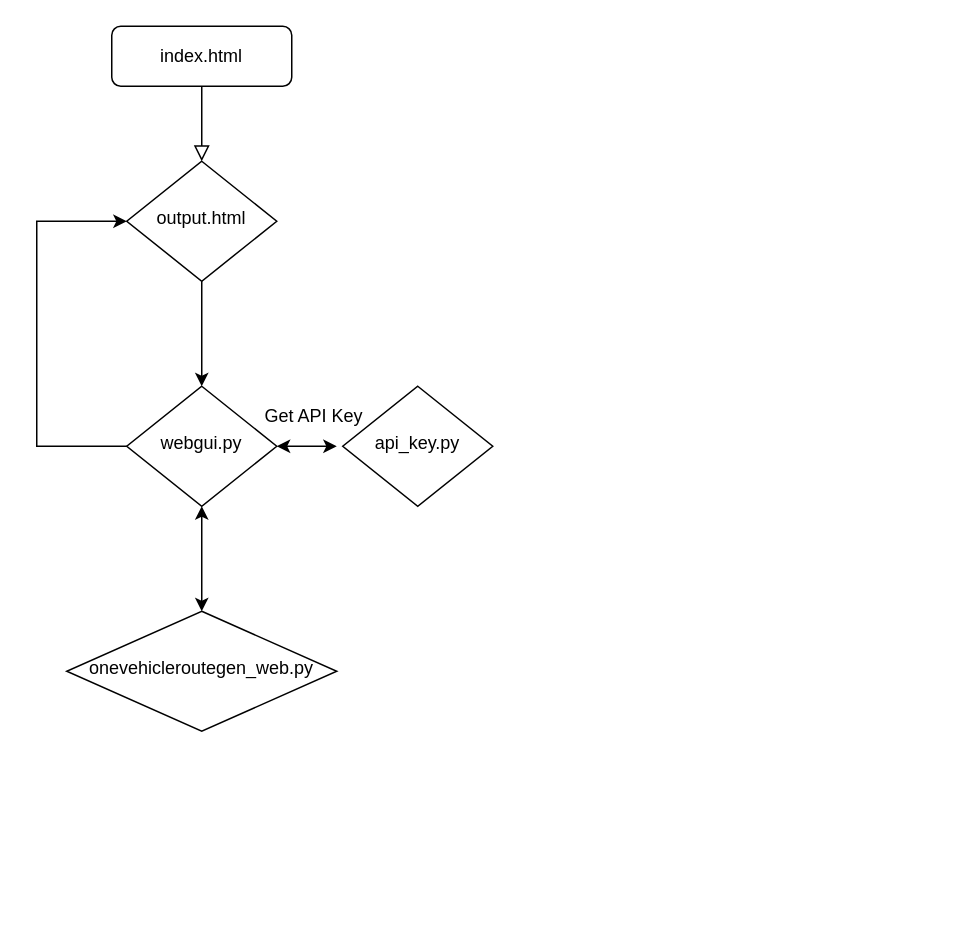
autorouting/autorouting.github.io keeps this draw.io diagram as Untitled Diagram.drawio. Above is the earlier version. Source tidied: cells renumbered, new cells numbered last; positions are measured from the earlier drawing's top-left corner, leaving out a move shared by most shapes. Both pictures are drawn from the tidied source at 150%, with x=0, y=0 at pixel (36, 26).
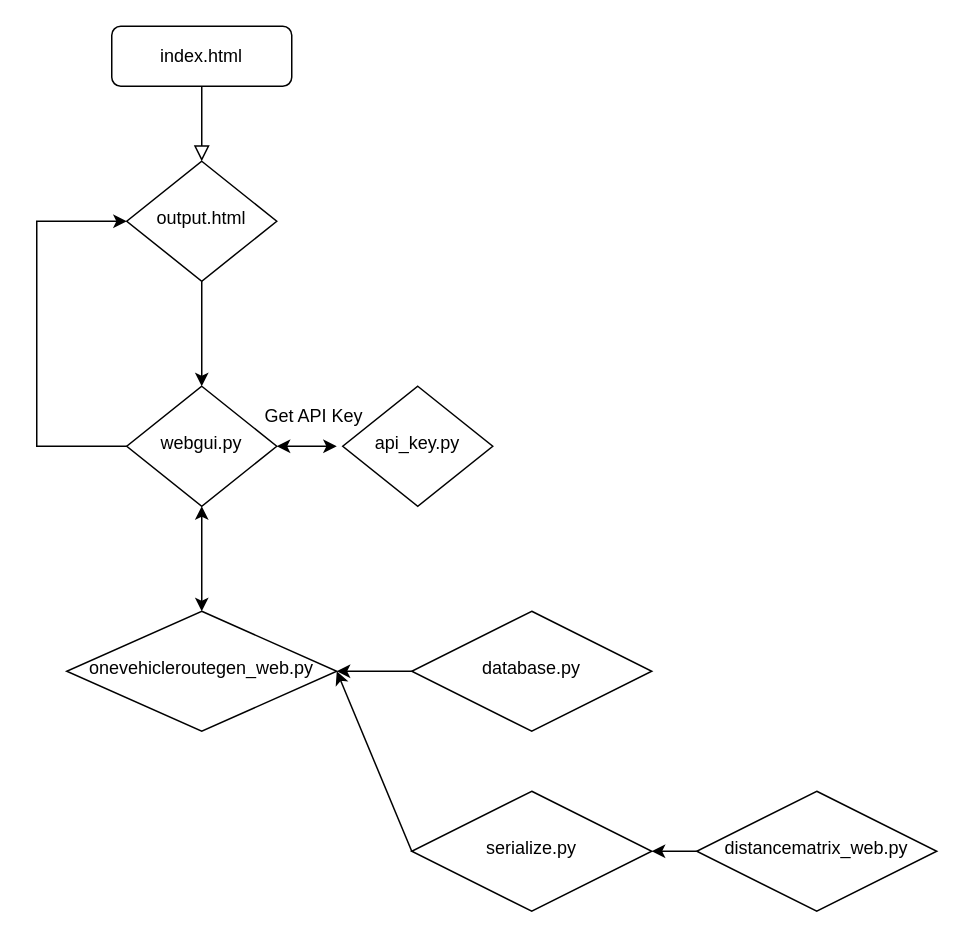
The same page after the edit.

The change refers to these unchanged cells:
```xml
<mxCell id="11" value="onevehicleroutegen_web.py" style="rhombus;whiteSpace=wrap;html=1;shadow=0;fontFamily=Helvetica;fontSize=12;align=center;strokeWidth=1;spacing=6;spacingTop=-4;" parent="1" vertex="1">
  <mxGeometry x="20" y="390" width="180" height="80" as="geometry" />
</mxCell>
```

Diff of the diagram source:
```diff
@@
+    <mxCell id="13" value="database.py" style="rhombus;whiteSpace=wrap;html=1;shadow=0;fontFamily=Helvetica;fontSize=12;align=center;strokeWidth=1;spacing=6;spacingTop=-4;" parent="1" vertex="1">
+      <mxGeometry x="250" y="390" width="160" height="80" as="geometry" />
+    </mxCell>
+    <mxCell id="14" style="endArrow=classic;html=1;exitX=0;exitY=0.5;exitDx=0;exitDy=0;entryX=1;entryY=0.5;entryDx=0;entryDy=0;" parent="1" edge="1" source="13" target="11">
+      <mxGeometry relative="1" as="geometry" />
+    </mxCell>
+    <mxCell id="15" value="serialize.py" style="rhombus;whiteSpace=wrap;html=1;shadow=0;fontFamily=Helvetica;fontSize=12;align=center;strokeWidth=1;spacing=6;spacingTop=-4;" parent="1" vertex="1">
+      <mxGeometry x="250" y="510" width="160" height="80" as="geometry" />
+    </mxCell>
+    <mxCell id="16" style="edgeStyle=orthogonalEdgeStyle;rounded=0;jettySize=auto;html=1;exitX=0;exitY=0.5;exitDx=0;exitDy=0;entryX=1;entryY=0.5;entryDx=0;entryDy=0;" parent="1" edge="1" source="17" target="15">
+      <mxGeometry relative="1" as="geometry" />
+    </mxCell>
+    <mxCell id="17" value="distancematrix_web.py" style="rhombus;whiteSpace=wrap;html=1;shadow=0;fontFamily=Helvetica;fontSize=12;align=center;strokeWidth=1;spacing=6;spacingTop=-4;" parent="1" vertex="1">
+      <mxGeometry x="440" y="510" width="160" height="80" as="geometry" />
+    </mxCell>
+    <mxCell id="18" style="endArrow=classic;html=1;exitX=0;exitY=0.5;exitDx=0;exitDy=0;" parent="1" edge="1" source="15">
+      <mxGeometry relative="1" as="geometry">
+        <mxPoint x="200" y="430" as="targetPoint" />
+      </mxGeometry>
+    </mxCell>
```
